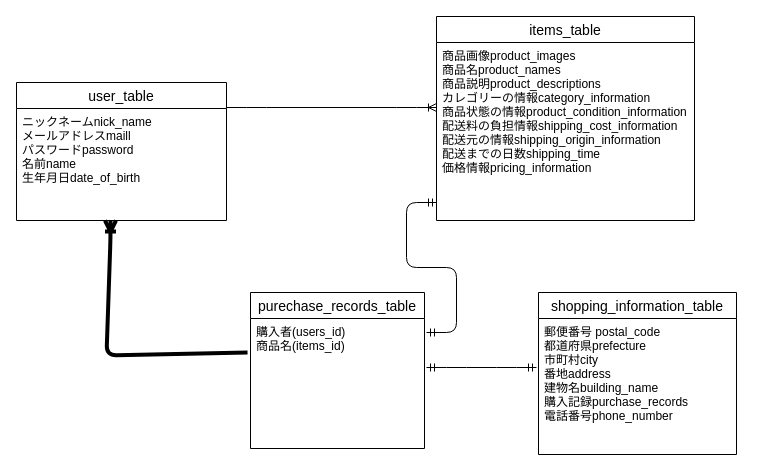
The draw.io diagram furima.dio in akixxxxx/furima-41469, before the edit. Source tidied: cells renumbered, new cells numbered last; positions are measured from the earlier drawing's top-left corner, leaving out a move shared by most shapes. Both pictures are drawn from the tidied source at 100%, with x=0, y=0 at pixel (16, 16).
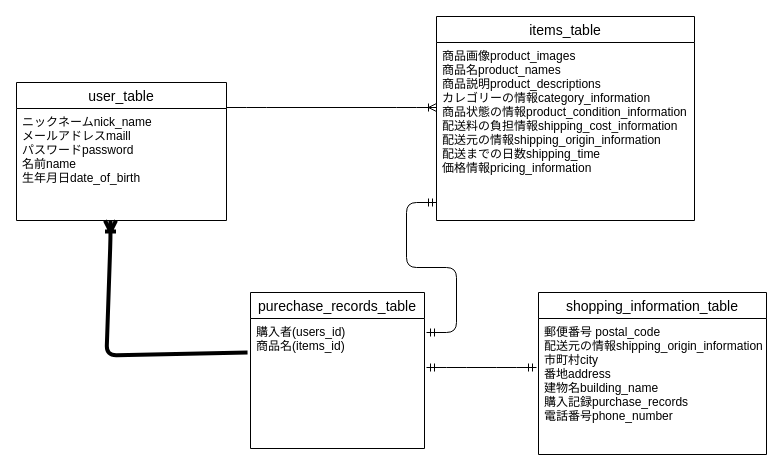
The same page after the edit.

Commit message (it also covers changes not shown here):
ER図とREADMEの修正3

Diff of the diagram source:
```diff
@@
 <mxGraphModel>
   <root>
     <mxCell id="0" />
     <mxCell id="1" parent="0" />
     <mxCell id="2" style="edgeStyle=entityRelationEdgeStyle;fontSize=12;html=1;endArrow=ERoneToMany;exitX=1;exitY=0.5;exitDx=0;exitDy=0;entryX=0;entryY=0.5;entryDx=0;entryDy=0;endFill=0;" parent="1" edge="1">
       <mxGeometry relative="1" as="geometry">
         <mxPoint x="210" y="91" as="sourcePoint" />
         <mxPoint x="420" y="91" as="targetPoint" />
       </mxGeometry>
     </mxCell>
     <mxCell id="3" style="edgeStyle=none;html=1;exitX=-0.017;exitY=0.262;exitDx=0;exitDy=0;endArrow=ERoneToMany;endFill=0;strokeWidth=4;rounded=1;strokeColor=default;exitPerimeter=0;" parent="1" edge="1" source="11">
       <mxGeometry relative="1" as="geometry">
         <mxPoint x="94" y="204" as="targetPoint" />
         <Array as="points">
           <mxPoint x="90" y="339" />
           <mxPoint x="94" y="222" />
         </Array>
       </mxGeometry>
     </mxCell>
     <mxCell id="4" style="edgeStyle=entityRelationEdgeStyle;fontSize=12;html=1;endArrow=ERmandOne;startArrow=ERmandOne;exitX=1;exitY=0.5;exitDx=0;exitDy=0;entryX=0;entryY=0.5;entryDx=0;entryDy=0;" parent="1" edge="1">
       <mxGeometry relative="1" as="geometry">
         <mxPoint x="410" y="351" as="sourcePoint" />
         <mxPoint x="520" y="351" as="targetPoint" />
       </mxGeometry>
     </mxCell>
     <mxCell id="5" style="edgeStyle=entityRelationEdgeStyle;fontSize=12;html=1;endArrow=ERmandOne;startArrow=ERmandOne;entryX=0;entryY=0.5;entryDx=0;entryDy=0;" parent="1" edge="1">
       <mxGeometry relative="1" as="geometry">
         <mxPoint x="410" y="316" as="sourcePoint" />
         <mxPoint x="420" y="186" as="targetPoint" />
       </mxGeometry>
     </mxCell>
     <mxCell id="6" value="user_table" style="swimlane;fontStyle=0;horizontal=1;startSize=26;align=center;fontSize=14;" parent="1" vertex="1">
       <mxGeometry y="66" width="210" height="138" as="geometry" />
     </mxCell>
     <mxCell id="7" value="ニックネームnick_name&#10;メールアドレスmaill&#10;パスワードpassword&#10;名前name&#10;生年月日date_of_birth&#10;" style="text;strokeColor=none;fillColor=none;spacingLeft=4;spacingRight=4;overflow=hidden;fontSize=12;" parent="6" vertex="1">
       <mxGeometry y="26" width="210" height="112" as="geometry" />
     </mxCell>
     <mxCell id="8" value="items_table" style="swimlane;fontStyle=0;horizontal=1;startSize=26;align=center;fontSize=14;" parent="1" vertex="1">
       <mxGeometry x="420" width="258" height="204" as="geometry" />
     </mxCell>
     <mxCell id="9" value="商品画像product_images&#10;商品名product_names&#10;商品説明product_descriptions&#10;カレゴリーの情報category_information&#10;商品状態の情報product_condition_information&#10;配送料の負担情報shipping_cost_information&#10;配送元の情報shipping_origin_information&#10;配送までの日数shipping_time&#10;価格情報pricing_information&#10;" style="text;strokeColor=none;fillColor=none;spacingLeft=4;spacingRight=4;overflow=hidden;fontSize=12;" parent="8" vertex="1">
       <mxGeometry y="26" width="258" height="178" as="geometry" />
     </mxCell>
     <mxCell id="10" value="purechase_records_table" style="swimlane;fontStyle=0;horizontal=1;startSize=26;align=center;fontSize=14;" parent="1" vertex="1">
       <mxGeometry x="234" y="276" width="174" height="156" as="geometry" />
     </mxCell>
     <mxCell id="11" value="購入者(users_id)&#10;商品名(items_id)&#10;" style="text;strokeColor=none;fillColor=none;spacingLeft=4;spacingRight=4;overflow=hidden;points=[[0,0.5],[1,0.5]];portConstraint=eastwest;fontSize=12;" parent="10" vertex="1">
       <mxGeometry y="26" width="174" height="130" as="geometry" />
     </mxCell>
     <mxCell id="12" value="shopping_information_table" style="swimlane;fontStyle=0;horizontal=1;startSize=26;align=center;fontSize=14;" parent="1" vertex="1">
-      <mxGeometry x="522" y="276" width="198" height="162" as="geometry" />
+      <mxGeometry x="522" y="276" width="228" height="162" as="geometry" />
     </mxCell>
-    <mxCell id="13" value="郵便番号 postal_code&#10;都道府県prefecture&#10;市町村city&#10;番地address&#10;建物名building_name&#10;購入記録purchase_records&#10;電話番号phone_number&#10;" style="text;strokeColor=none;fillColor=none;spacingLeft=4;spacingRight=4;overflow=hidden;fontSize=12;" parent="12" vertex="1">
-      <mxGeometry y="26" width="198" height="136" as="geometry" />
+    <mxCell id="13" value="郵便番号 postal_code&#10;配送元の情報shipping_origin_information&#10;市町村city&#10;番地address&#10;建物名building_name&#10;購入記録purchase_records&#10;電話番号phone_number&#10;" style="text;strokeColor=none;fillColor=none;spacingLeft=4;spacingRight=4;overflow=hidden;fontSize=12;" parent="12" vertex="1">
+      <mxGeometry y="26" width="228" height="136" as="geometry" />
     </mxCell>
   </root>
 </mxGraphModel>
```
